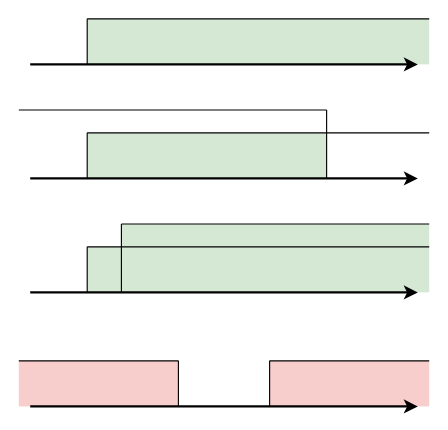
borisavz/teorija_tipova keeps this draw.io diagram as images/nejed_int.drawio. Above is the earlier version. Source tidied: cells renumbered, new cells numbered last; positions are measured from the earlier drawing's top-left corner, leaving out a move shared by most shapes. Both pictures are drawn from the tidied source at 114%, with x=0, y=0 at pixel (18, 18).
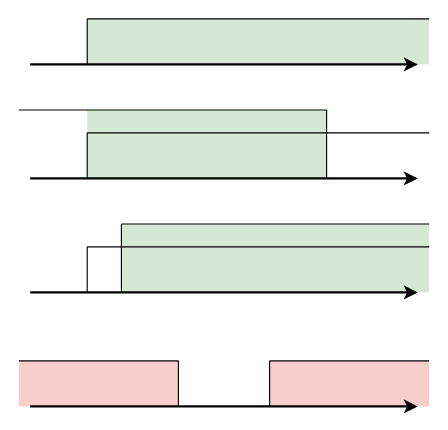
Above is the later version.

Change to the diagram source:
```diff
@@
     <mxCell id="5" style="rounded=0;whiteSpace=wrap;html=1;fillColor=#d5e8d4;strokeColor=none;gradientColor=none;" parent="1" vertex="1">
-      <mxGeometry x="60" y="100" width="210" height="40" as="geometry" />
+      <mxGeometry x="60" y="80" width="210" height="60" as="geometry" />
     </mxCell>
@@
-    <mxCell id="20" style="rounded=0;whiteSpace=wrap;html=1;fillColor=#d5e8d4;strokeColor=none;gradientColor=none;" parent="1" vertex="1">
-      <mxGeometry x="60" y="200" width="210" height="40" as="geometry" />
-    </mxCell>
```
